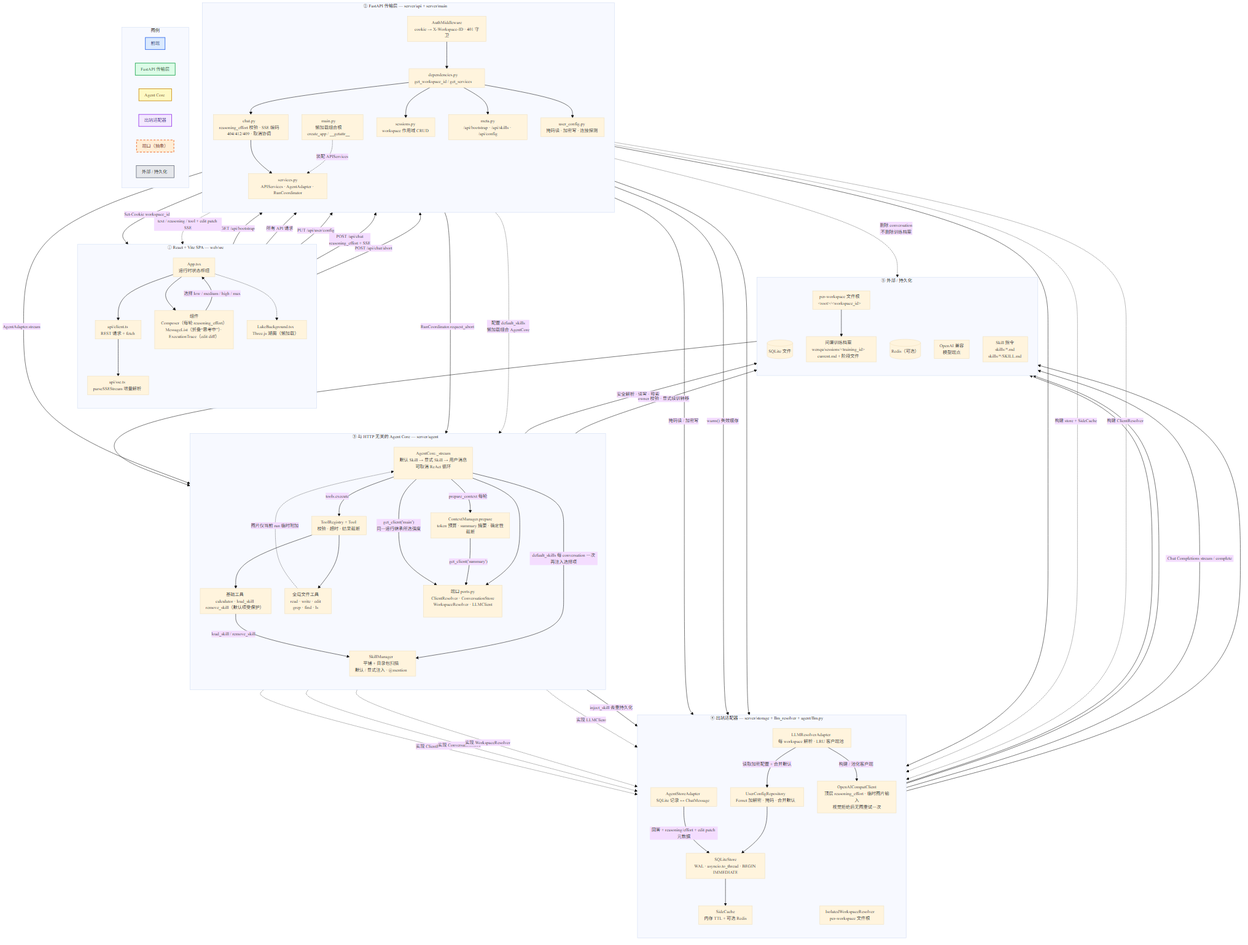
The Mermaid diagram docs/architecture.png in QQYmake/wenqv, before a commit. Its source is kept beside it as docs/architecture.mmd.
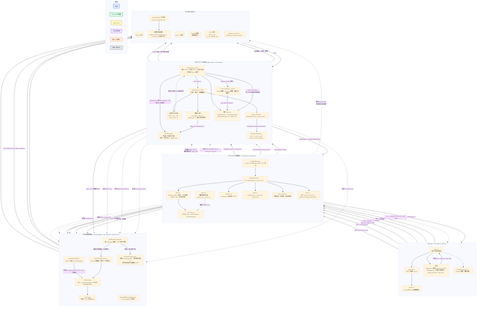
Later version of the same file.

Diff of the diagram source:
```diff
@@ -26,6 +26,7 @@
         META["meta.py<br/>/api/bootstrap · /api/skills · /api/config"]
         UCFG["user_config.py<br/>掩码读 · 加密写 · 连接探测"]
         SVC["services.py<br/>APIServices · AgentAdapter · RunCoordinator"]
+        FILES["files.py<br/>GET /api/files/{file_id}<br/>opaque attachment download"]
     end
 
     subgraph CORE["③ 与 HTTP 无关的 Agent Core — server/agent"]
@@ -36,6 +37,8 @@
         REG["ToolRegistry + Tool<br/>校验 · 超时 · 结果截断"]
         TOOLS["基础工具<br/>calculator · load_skill<br/>remove_skill（默认项受保护）"]
         FILETOOLS["全局文件工具<br/>read · write · edit<br/>grep · find · ls"]
+        EXPORTTOOL["export_file Tool<br/>Markdown input -> export result"]
+        EXPORTER["DocumentExporter<br/>md / txt / docx / pdf<br/>limits + unique manifest"]
         PORTS["端口 ports.py<br/>ClientResolver · ConversationStore<br/>WorkspaceResolver · LLMClient"]
     end
 
@@ -57,6 +60,7 @@
         REMOTE["OpenAI 兼容<br/>模型端点"]
         SKILLFILES["Skill 指令<br/>skills/*.md<br/>skills/*/SKILL.md"]
         WFILES["per-workspace 文件根<br/>&lt;root&gt;/&lt;workspace_id&gt;"]
+        EXPORTS["opaque export files<br/>&lt;workspace&gt;/.agent-exports"]
         WENQU["问渠训练档案<br/>wenqu/sessions/&lt;training_id&gt;<br/>current.md + 阶段文件"]
     end
 
@@ -69,7 +73,7 @@
     META -->|"Set-Cookie workspace_id"| APICLIENT
     APICLIENT -->|"所有 API 请求"| AUTH
     AUTH --> DEPS
-    DEPS --> CHAT & SESSIONS & META & UCFG
+    DEPS --> CHAT & SESSIONS & META & UCFG & FILES
     APICLIENT -->|"PUT /api/user/config"| UCFG
     UCFG -->|"掩码读 / 加密写"| UREPO
     UCFG -->|"warm() 失效缓存"| RESOLVER
@@ -80,12 +84,14 @@
     SVC -->|"AgentAdapter.stream"| ACORE
     CHAT -.->|"text / reasoning / tool + edit patch SSE"| APICLIENT
     APICLIENT -->|"POST /api/chat/abort"| CHAT
+    APICLIENT -->|"GET /api/files/{file_id}"| FILES
     SVC -->|"RunCoordinator.request_abort"| ACORE
 
     ACORE -->|"prepare_context 每轮"| CTX
     ACORE -->|"default_skills 每 conversation 一次<br/>再注入选择项"| SKILL
     ACORE -->|"tools.execute"| REG
-    REG --> TOOLS & FILETOOLS
+    REG --> TOOLS & FILETOOLS & EXPORTTOOL
+    EXPORTTOOL -->|"Markdown -> format conversion"| EXPORTER
     ACORE --> PORTS
     CTX -->|"get_client('summary')"| PORTS
     ACORE -->|"get_client('main')<br/>同一运行继承所选强度"| PORTS
@@ -113,12 +119,16 @@
     RESOLVER -->|"构建 / 池化客户端"| OAI
     OAI -->|"Chat Completions stream / complete"| REMOTE
     WRES --> WFILES
+    FILES -->|"workspace resolver + opaque id"| EXPORTER
+    EXPORTER -->|"FileResponse + Content-Disposition"| FILES
+    EXPORTER --> EXPORTS
     WFILES --> WENQU
     SESSIONS -.->|"删除 conversation<br/>不删除训练档案"| WENQU
 
     MAIN -.->|"装配 APIServices"| SVC
     MAIN -.->|"构建 store + SideCache"| SQLITE
     MAIN -.->|"构建 ClientResolver"| RESOLVER
+    MAIN -.->|"启动 DocumentExporter + workspace resolver"| EXPORTER
     MAIN -.->|"配置 default_skills<br/>懒加载组合 AgentCore"| ACORE
 
     subgraph LEGEND["图例"]
```
